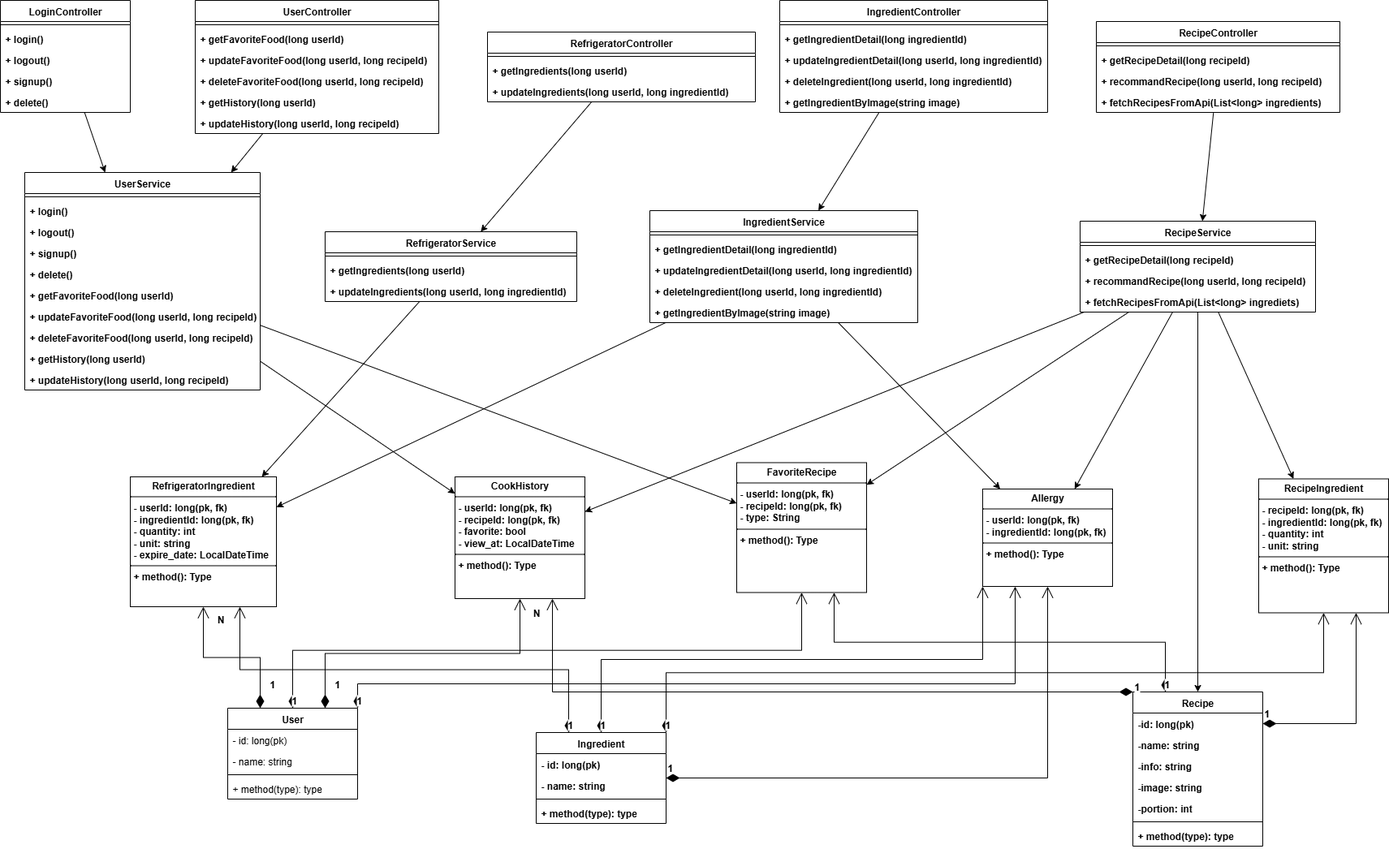
Before: hiccClassDiagram.drawio.png, a diagram exported from draw.io (HICC-2025-1-PC-TEAM5/backend). Source tidied: cells renumbered, new cells last; positions are measured from the earlier drawing's top-left corner, leaving out a move shared by most shapes.
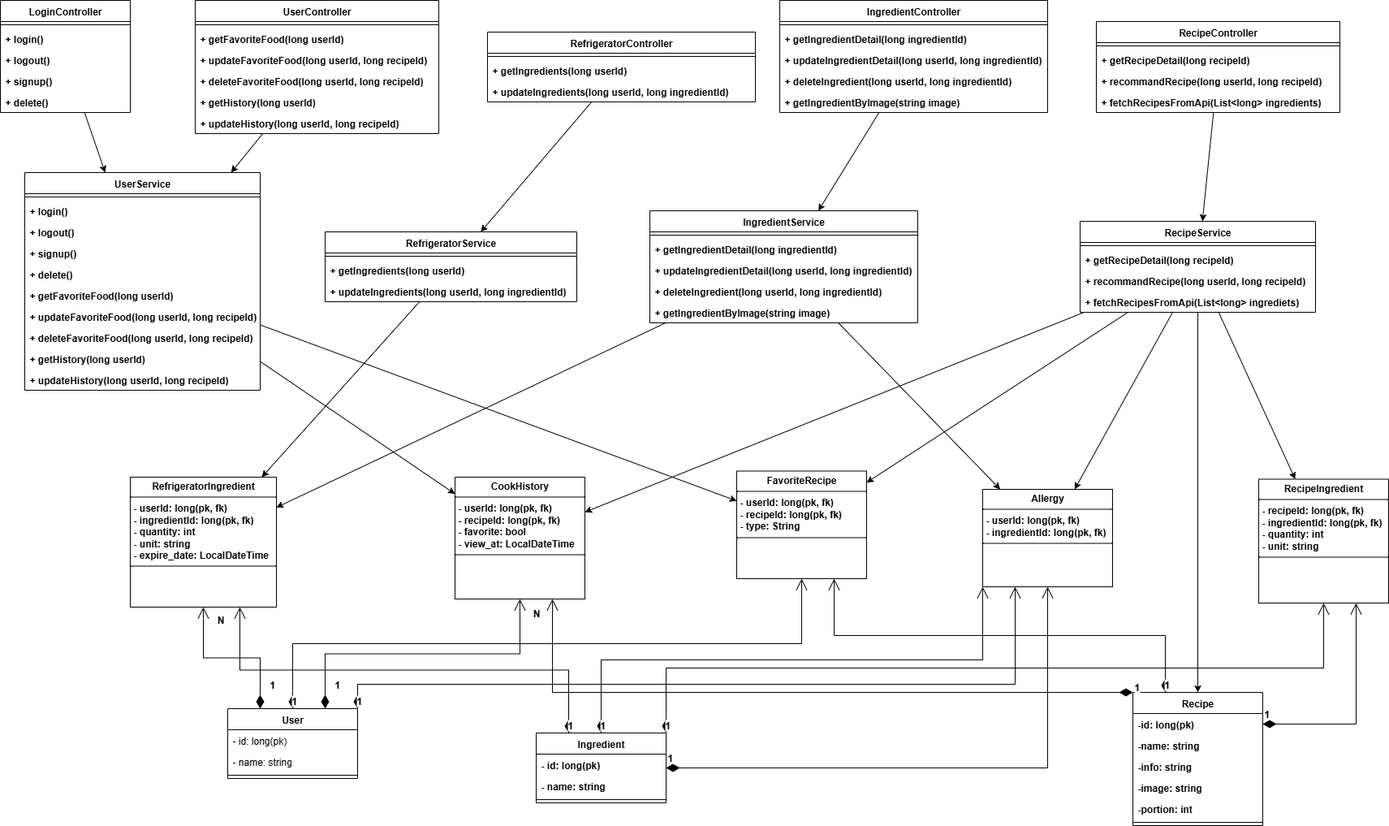
After the commit.

Commit message:
fix: 클래스 다이어그램 수정

The edit, as a diff of the source:
```diff
@@ -3,7 +3,7 @@
     <mxCell id="0" />
     <mxCell id="1" parent="0" />
     <mxCell id="2" value="User" style="swimlane;fontStyle=1;align=center;verticalAlign=top;horizontal=1;startSize=26;whiteSpace=wrap;html=1;" parent="1" vertex="1">
-      <mxGeometry x="280" y="872" width="160" height="112" as="geometry" />
+      <mxGeometry x="280" y="872" width="160" height="86" as="geometry" />
     </mxCell>
     <mxCell id="3" value="- id: long(pk)" style="text;strokeColor=none;fillColor=none;align=left;verticalAlign=top;spacingLeft=4;spacingRight=4;overflow=hidden;whiteSpace=wrap;html=1;" parent="2" vertex="1">
       <mxGeometry y="26" width="160" height="26" as="geometry" />
@@ -14,11 +14,8 @@
     <mxCell id="5" style="line;strokeWidth=1;fillColor=none;align=left;verticalAlign=middle;spacingTop=-1;spacingLeft=3;spacingRight=3;labelPosition=right;strokeColor=inherit;" parent="2" vertex="1">
       <mxGeometry y="78" width="160" height="8" as="geometry" />
     </mxCell>
-    <mxCell id="6" value="+ method(type): type" style="text;strokeColor=none;fillColor=none;align=left;verticalAlign=top;spacingLeft=4;spacingRight=4;overflow=hidden;whiteSpace=wrap;html=1;" parent="2" vertex="1">
-      <mxGeometry y="86" width="160" height="26" as="geometry" />
-    </mxCell>
     <mxCell id="7" value="Ingredient" style="swimlane;fontStyle=1;align=center;verticalAlign=top;horizontal=1;startSize=26;whiteSpace=wrap;html=1;strokeColor=default;swimlaneFillColor=default;fontFamily=Helvetica;fontSize=12;fontColor=default;fillColor=default;" parent="1" vertex="1">
-      <mxGeometry x="660" y="902" width="160" height="112" as="geometry" />
+      <mxGeometry x="660" y="902" width="160" height="86" as="geometry" />
     </mxCell>
     <mxCell id="8" value="- id: long(pk)" style="text;strokeColor=none;fillColor=none;align=left;verticalAlign=top;spacingLeft=4;spacingRight=4;overflow=hidden;whiteSpace=wrap;html=1;fontFamily=Helvetica;fontSize=12;fontColor=default;fontStyle=1;horizontal=1;" parent="7" vertex="1">
       <mxGeometry y="26" width="160" height="26" as="geometry" />
@@ -29,11 +26,8 @@
     <mxCell id="10" style="line;strokeWidth=1;fillColor=none;align=left;verticalAlign=middle;spacingTop=-1;spacingLeft=3;spacingRight=3;labelPosition=right;strokeColor=inherit;swimlaneFillColor=default;fontFamily=Helvetica;fontSize=12;fontColor=default;fontStyle=1;horizontal=1;" parent="7" vertex="1">
       <mxGeometry y="78" width="160" height="8" as="geometry" />
     </mxCell>
-    <mxCell id="11" value="+ method(type): type" style="text;strokeColor=none;fillColor=none;align=left;verticalAlign=top;spacingLeft=4;spacingRight=4;overflow=hidden;whiteSpace=wrap;html=1;fontFamily=Helvetica;fontSize=12;fontColor=default;fontStyle=1;horizontal=1;" parent="7" vertex="1">
-      <mxGeometry y="86" width="160" height="26" as="geometry" />
-    </mxCell>
     <mxCell id="12" value="Recipe" style="swimlane;fontStyle=1;align=center;verticalAlign=top;horizontal=1;startSize=26;whiteSpace=wrap;html=1;strokeColor=default;swimlaneFillColor=default;fontFamily=Helvetica;fontSize=12;fontColor=default;fillColor=default;" parent="1" vertex="1">
-      <mxGeometry x="1395" y="852" width="160" height="190" as="geometry" />
+      <mxGeometry x="1395" y="852" width="160" height="164" as="geometry" />
     </mxCell>
     <mxCell id="13" value="-id: long(pk)" style="text;strokeColor=none;fillColor=none;align=left;verticalAlign=top;spacingLeft=4;spacingRight=4;overflow=hidden;points=[[0,0.5],[1,0.5]];portConstraint=eastwest;whiteSpace=wrap;html=1;fontFamily=Helvetica;fontSize=12;fontColor=default;fontStyle=1;horizontal=1;" parent="12" vertex="1">
       <mxGeometry y="26" width="160" height="26" as="geometry" />
@@ -53,23 +47,20 @@
     <mxCell id="18" style="line;strokeWidth=1;fillColor=none;align=left;verticalAlign=middle;spacingTop=-1;spacingLeft=3;spacingRight=3;labelPosition=right;strokeColor=inherit;swimlaneFillColor=default;fontFamily=Helvetica;fontSize=12;fontColor=default;fontStyle=1;horizontal=1;" parent="12" vertex="1">
       <mxGeometry y="156" width="160" height="8" as="geometry" />
     </mxCell>
-    <mxCell id="19" value="+ method(type): type" style="text;strokeColor=none;fillColor=none;align=left;verticalAlign=top;spacingLeft=4;spacingRight=4;overflow=hidden;whiteSpace=wrap;html=1;fontFamily=Helvetica;fontSize=12;fontColor=default;fontStyle=1;horizontal=1;" parent="12" vertex="1">
-      <mxGeometry y="164" width="160" height="26" as="geometry" />
-    </mxCell>
-    <mxCell id="20" value="&lt;p style=&quot;margin:0px;margin-top:4px;text-align:center;&quot;&gt;RefrigeratorIngredient&lt;/p&gt;&lt;hr size=&quot;1&quot; style=&quot;border-style:solid;&quot;&gt;&lt;p style=&quot;margin:0px;margin-left:4px;&quot;&gt;- userId: long(pk, fk)&lt;/p&gt;&lt;p style=&quot;margin: 0px 0px 0px 4px;&quot;&gt;- ingredientId: long(pk, fk)&lt;br&gt;&lt;/p&gt;&lt;p style=&quot;margin: 0px 0px 0px 4px;&quot;&gt;- quantity: int&lt;/p&gt;&lt;p style=&quot;margin: 0px 0px 0px 4px;&quot;&gt;- unit: string&lt;/p&gt;&lt;p style=&quot;margin: 0px 0px 0px 4px;&quot;&gt;- expire_date:&amp;nbsp;LocalDateTime&lt;/p&gt;&lt;hr size=&quot;1&quot; style=&quot;border-style:solid;&quot;&gt;&lt;p style=&quot;margin:0px;margin-left:4px;&quot;&gt;+ method(): Type&lt;/p&gt;" style="verticalAlign=top;align=left;overflow=fill;html=1;whiteSpace=wrap;strokeColor=default;swimlaneFillColor=default;fontFamily=Helvetica;fontSize=12;fontColor=default;fontStyle=1;horizontal=1;fillColor=default;" parent="1" vertex="1">
+    <mxCell id="20" value="&lt;p style=&quot;margin:0px;margin-top:4px;text-align:center;&quot;&gt;RefrigeratorIngredient&lt;/p&gt;&lt;hr size=&quot;1&quot; style=&quot;border-style:solid;&quot;&gt;&lt;p style=&quot;margin:0px;margin-left:4px;&quot;&gt;- userId: long(pk, fk)&lt;/p&gt;&lt;p style=&quot;margin: 0px 0px 0px 4px;&quot;&gt;- ingredientId: long(pk, fk)&lt;br&gt;&lt;/p&gt;&lt;p style=&quot;margin: 0px 0px 0px 4px;&quot;&gt;- quantity: int&lt;/p&gt;&lt;p style=&quot;margin: 0px 0px 0px 4px;&quot;&gt;- unit: string&lt;/p&gt;&lt;p style=&quot;margin: 0px 0px 0px 4px;&quot;&gt;- expire_date:&amp;nbsp;LocalDateTime&lt;/p&gt;&lt;hr size=&quot;1&quot; style=&quot;border-style:solid;&quot;&gt;&lt;p style=&quot;margin:0px;margin-left:4px;&quot;&gt;&lt;br&gt;&lt;/p&gt;" style="verticalAlign=top;align=left;overflow=fill;html=1;whiteSpace=wrap;strokeColor=default;swimlaneFillColor=default;fontFamily=Helvetica;fontSize=12;fontColor=default;fontStyle=1;horizontal=1;fillColor=default;" parent="1" vertex="1">
       <mxGeometry x="160" y="587" width="180" height="160" as="geometry" />
     </mxCell>
-    <mxCell id="21" value="&lt;p style=&quot;margin:0px;margin-top:4px;text-align:center;&quot;&gt;Allergy&lt;/p&gt;&lt;hr size=&quot;1&quot; style=&quot;border-style:solid;&quot;&gt;&lt;p style=&quot;margin: 0px 0px 0px 4px;&quot;&gt;- userId: long(pk, fk)&lt;/p&gt;&lt;p style=&quot;margin: 0px 0px 0px 4px;&quot;&gt;- ingredientId: long(pk, fk)&lt;/p&gt;&lt;hr size=&quot;1&quot; style=&quot;border-style:solid;&quot;&gt;&lt;p style=&quot;margin:0px;margin-left:4px;&quot;&gt;+ method(): Type&lt;/p&gt;" style="verticalAlign=top;align=left;overflow=fill;html=1;whiteSpace=wrap;strokeColor=default;swimlaneFillColor=default;fontFamily=Helvetica;fontSize=12;fontColor=default;fontStyle=1;horizontal=1;fillColor=default;" parent="1" vertex="1">
+    <mxCell id="21" value="&lt;p style=&quot;margin:0px;margin-top:4px;text-align:center;&quot;&gt;Allergy&lt;/p&gt;&lt;hr size=&quot;1&quot; style=&quot;border-style:solid;&quot;&gt;&lt;p style=&quot;margin: 0px 0px 0px 4px;&quot;&gt;- userId: long(pk, fk)&lt;/p&gt;&lt;p style=&quot;margin: 0px 0px 0px 4px;&quot;&gt;- ingredientId: long(pk, fk)&lt;/p&gt;&lt;hr size=&quot;1&quot; style=&quot;border-style:solid;&quot;&gt;&lt;p style=&quot;margin:0px;margin-left:4px;&quot;&gt;&lt;br&gt;&lt;/p&gt;" style="verticalAlign=top;align=left;overflow=fill;html=1;whiteSpace=wrap;strokeColor=default;swimlaneFillColor=default;fontFamily=Helvetica;fontSize=12;fontColor=default;fontStyle=1;horizontal=1;fillColor=default;" parent="1" vertex="1">
       <mxGeometry x="1210" y="602" width="160" height="120" as="geometry" />
     </mxCell>
-    <mxCell id="22" value="&lt;p style=&quot;margin:0px;margin-top:4px;text-align:center;&quot;&gt;CookHistory&lt;/p&gt;&lt;hr size=&quot;1&quot; style=&quot;border-style:solid;&quot;&gt;&lt;p style=&quot;margin:0px;margin-left:4px;&quot;&gt;- userId: long(pk, fk)&lt;/p&gt;&lt;p style=&quot;margin:0px;margin-left:4px;&quot;&gt;- recipeId: long(pk, fk)&lt;/p&gt;&lt;p style=&quot;margin:0px;margin-left:4px;&quot;&gt;- favorite: bool&lt;/p&gt;&lt;p style=&quot;margin:0px;margin-left:4px;&quot;&gt;- view_at:&amp;nbsp;&lt;span style=&quot;background-color: transparent; color: light-dark(rgb(0, 0, 0), rgb(255, 255, 255));&quot;&gt;LocalDateTime&lt;/span&gt;&lt;/p&gt;&lt;hr size=&quot;1&quot; style=&quot;border-style:solid;&quot;&gt;&lt;p style=&quot;margin:0px;margin-left:4px;&quot;&gt;+ method(): Type&lt;/p&gt;" style="verticalAlign=top;align=left;overflow=fill;html=1;whiteSpace=wrap;strokeColor=default;swimlaneFillColor=default;fontFamily=Helvetica;fontSize=12;fontColor=default;fontStyle=1;horizontal=1;fillColor=default;" parent="1" vertex="1">
+    <mxCell id="22" value="&lt;p style=&quot;margin:0px;margin-top:4px;text-align:center;&quot;&gt;CookHistory&lt;/p&gt;&lt;hr size=&quot;1&quot; style=&quot;border-style:solid;&quot;&gt;&lt;p style=&quot;margin:0px;margin-left:4px;&quot;&gt;- userId: long(pk, fk)&lt;/p&gt;&lt;p style=&quot;margin:0px;margin-left:4px;&quot;&gt;- recipeId: long(pk, fk)&lt;/p&gt;&lt;p style=&quot;margin:0px;margin-left:4px;&quot;&gt;- favorite: bool&lt;/p&gt;&lt;p style=&quot;margin:0px;margin-left:4px;&quot;&gt;- view_at:&amp;nbsp;&lt;span style=&quot;background-color: transparent; color: light-dark(rgb(0, 0, 0), rgb(255, 255, 255));&quot;&gt;LocalDateTime&lt;/span&gt;&lt;/p&gt;&lt;hr size=&quot;1&quot; style=&quot;border-style:solid;&quot;&gt;&lt;p style=&quot;margin:0px;margin-left:4px;&quot;&gt;&lt;br&gt;&lt;/p&gt;" style="verticalAlign=top;align=left;overflow=fill;html=1;whiteSpace=wrap;strokeColor=default;swimlaneFillColor=default;fontFamily=Helvetica;fontSize=12;fontColor=default;fontStyle=1;horizontal=1;fillColor=default;" parent="1" vertex="1">
       <mxGeometry x="560" y="587" width="160" height="150" as="geometry" />
     </mxCell>
-    <mxCell id="23" value="&lt;p style=&quot;margin:0px;margin-top:4px;text-align:center;&quot;&gt;FavoriteRecipe&lt;/p&gt;&lt;hr size=&quot;1&quot; style=&quot;border-style:solid;&quot;&gt;&lt;p style=&quot;margin:0px;margin-left:4px;&quot;&gt;- userId: long(pk, fk)&lt;/p&gt;&lt;p style=&quot;margin:0px;margin-left:4px;&quot;&gt;- recipeId: long(pk, fk)&lt;/p&gt;&lt;p style=&quot;margin:0px;margin-left:4px;&quot;&gt;- type: String&lt;/p&gt;&lt;hr size=&quot;1&quot; style=&quot;border-style:solid;&quot;&gt;&lt;p style=&quot;margin:0px;margin-left:4px;&quot;&gt;+ method(): Type&lt;/p&gt;" style="verticalAlign=top;align=left;overflow=fill;html=1;whiteSpace=wrap;strokeColor=default;swimlaneFillColor=default;fontFamily=Helvetica;fontSize=12;fontColor=default;fontStyle=1;horizontal=1;fillColor=default;" parent="1" vertex="1">
-      <mxGeometry x="907" y="569.5" width="160" height="160" as="geometry" />
+    <mxCell id="23" value="&lt;p style=&quot;margin:0px;margin-top:4px;text-align:center;&quot;&gt;FavoriteRecipe&lt;/p&gt;&lt;hr size=&quot;1&quot; style=&quot;border-style:solid;&quot;&gt;&lt;p style=&quot;margin:0px;margin-left:4px;&quot;&gt;- userId: long(pk, fk)&lt;/p&gt;&lt;p style=&quot;margin:0px;margin-left:4px;&quot;&gt;- recipeId: long(pk, fk)&lt;/p&gt;&lt;p style=&quot;margin:0px;margin-left:4px;&quot;&gt;- type: String&lt;/p&gt;&lt;hr size=&quot;1&quot; style=&quot;border-style:solid;&quot;&gt;&lt;p style=&quot;margin:0px;margin-left:4px;&quot;&gt;&lt;br&gt;&lt;/p&gt;" style="verticalAlign=top;align=left;overflow=fill;html=1;whiteSpace=wrap;strokeColor=default;swimlaneFillColor=default;fontFamily=Helvetica;fontSize=12;fontColor=default;fontStyle=1;horizontal=1;fillColor=default;" parent="1" vertex="1">
+      <mxGeometry x="907" y="579.5" width="160" height="132.5" as="geometry" />
     </mxCell>
-    <mxCell id="24" value="&lt;p style=&quot;margin:0px;margin-top:4px;text-align:center;&quot;&gt;RecipeIngredient&lt;/p&gt;&lt;hr size=&quot;1&quot; style=&quot;border-style:solid;&quot;&gt;&lt;p style=&quot;margin:0px;margin-left:4px;&quot;&gt;- recipeId: long(pk, fk)&lt;/p&gt;&lt;p style=&quot;margin:0px;margin-left:4px;&quot;&gt;- ingredientId: long(pk, fk)&lt;/p&gt;&lt;p style=&quot;margin:0px;margin-left:4px;&quot;&gt;- quantity: int&lt;/p&gt;&lt;p style=&quot;margin:0px;margin-left:4px;&quot;&gt;- unit: string&lt;/p&gt;&lt;hr size=&quot;1&quot; style=&quot;border-style:solid;&quot;&gt;&lt;p style=&quot;margin:0px;margin-left:4px;&quot;&gt;+ method(): Type&lt;/p&gt;" style="verticalAlign=top;align=left;overflow=fill;html=1;whiteSpace=wrap;strokeColor=default;swimlaneFillColor=default;fontFamily=Helvetica;fontSize=12;fontColor=default;fontStyle=1;horizontal=1;fillColor=default;" parent="1" vertex="1">
-      <mxGeometry x="1550" y="589.5" width="160" height="165" as="geometry" />
+    <mxCell id="24" value="&lt;p style=&quot;margin:0px;margin-top:4px;text-align:center;&quot;&gt;RecipeIngredient&lt;/p&gt;&lt;hr size=&quot;1&quot; style=&quot;border-style:solid;&quot;&gt;&lt;p style=&quot;margin:0px;margin-left:4px;&quot;&gt;- recipeId: long(pk, fk)&lt;/p&gt;&lt;p style=&quot;margin:0px;margin-left:4px;&quot;&gt;- ingredientId: long(pk, fk)&lt;/p&gt;&lt;p style=&quot;margin:0px;margin-left:4px;&quot;&gt;- quantity: int&lt;/p&gt;&lt;p style=&quot;margin:0px;margin-left:4px;&quot;&gt;- unit: string&lt;/p&gt;&lt;hr size=&quot;1&quot; style=&quot;border-style:solid;&quot;&gt;&lt;p style=&quot;margin:0px;margin-left:4px;&quot;&gt;&lt;br&gt;&lt;/p&gt;" style="verticalAlign=top;align=left;overflow=fill;html=1;whiteSpace=wrap;strokeColor=default;swimlaneFillColor=default;fontFamily=Helvetica;fontSize=12;fontColor=default;fontStyle=1;horizontal=1;fillColor=default;" parent="1" vertex="1">
+      <mxGeometry x="1550" y="589.5" width="160" height="152.5" as="geometry" />
     </mxCell>
     <mxCell id="25" value="LoginController" style="swimlane;fontStyle=1;align=center;verticalAlign=top;horizontal=1;startSize=26;whiteSpace=wrap;html=1;strokeColor=default;swimlaneFillColor=default;fontFamily=Helvetica;fontSize=12;fontColor=default;fillColor=default;" parent="1" vertex="1">
       <mxGeometry width="160" height="138" as="geometry" />
```
